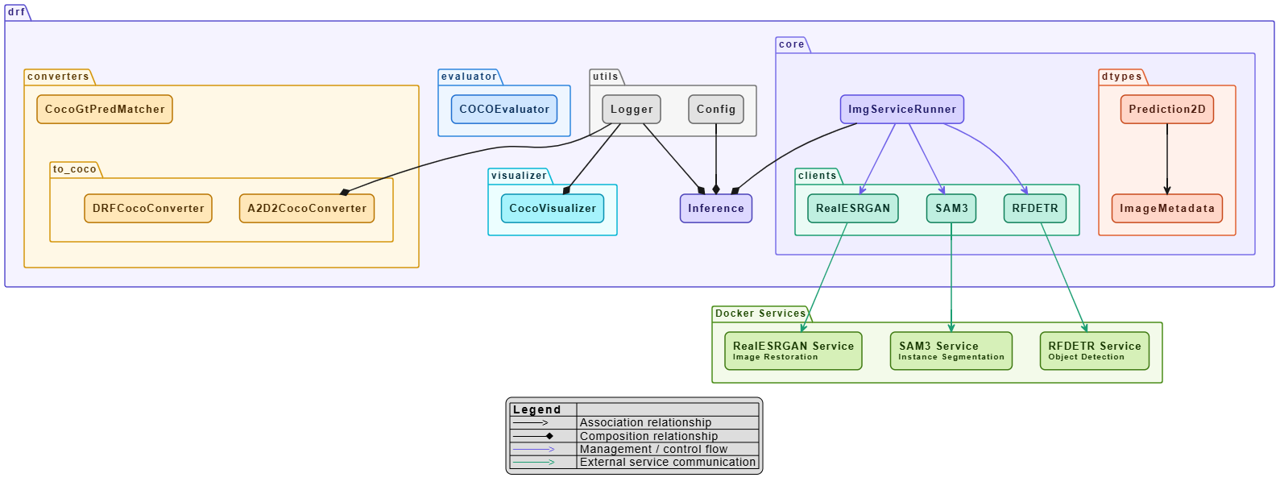
Earlier version of the PlantUML export docs/architecture.png (benkobotika/det-2d-refiner). Its source is kept beside it as docs/architecture.plantuml. The source it was exported from:
```plantuml
@startuml drf_architecture
hide stereotype

skinparam defaultFontSize 12
skinparam ArrowThickness 1.5

skinparam package {
  BackgroundColor transparent
  BorderThickness 1.5
  FontStyle bold
  FontSize 12
}
skinparam rectangle {
  RoundCorner 12
  BorderThickness 1.5
  FontStyle bold
  FontSize 13
}

skinparam package<<drf>> {
  BackgroundColor #F5F3FF
  BorderColor #5A4FCF
  FontColor #2D1F7A
}
skinparam package<<converters>> {
  BackgroundColor #FFF8E6
  BorderColor #D4950A
  FontColor #5A3800
}
skinparam package<<core>> {
  BackgroundColor #F0EEFF
  BorderColor #7A6FE8
  FontColor #2D1F7A
}
skinparam package<<dtypes>> {
  BackgroundColor #FFF1EB
  BorderColor #E06030
  FontColor #5C2010
}
skinparam package<<clients>> {
  BackgroundColor #EAFBF5
  BorderColor #1B9E72
  FontColor #0A3D2B
}
skinparam package<<evaluator>> {
  BackgroundColor #EEF6FF
  BorderColor #2E86DE
  FontColor #0C3B6E
}
skinparam package<<visualizer>> {
  BackgroundColor #ECFEFF
  BorderColor #06B6D4
  FontColor #083344
}
skinparam package<<utils>> {
  BackgroundColor #F6F6F6
  BorderColor #777777
  FontColor #333333
}
skinparam package<<services>> {
  BackgroundColor #F3FAEA
  BorderColor #4A8C18
  FontColor #1E4A00
}

skinparam rectangle<<drf>> {
  BackgroundColor #DDD8FF
  BorderColor #4B42B8
  FontColor #1E145E
}
skinparam rectangle<<converters>> {
  BackgroundColor #FFE7B8
  BorderColor #B87400
  FontColor #4A2C00
}
skinparam rectangle<<core>> {
  BackgroundColor #D8D3FF
  BorderColor #5B4DE0
  FontColor #1F1A66
}
skinparam rectangle<<dtypes>> {
  BackgroundColor #FFD6C8
  BorderColor #C84A1C
  FontColor #4A1A0C
}
skinparam rectangle<<clients>> {
  BackgroundColor #BFEFE0
  BorderColor #0F7F5A
  FontColor #063326
}
skinparam rectangle<<evaluator>> {
  BackgroundColor #CFE6FF
  BorderColor #1F6FD1
  FontColor #0A2F5A
}
skinparam rectangle<<visualizer>> {
  BackgroundColor #A5F3FC
  BorderColor #0891B2
  FontColor #052F2E
}
skinparam rectangle<<utils>> {
  BackgroundColor #E2E2E2
  BorderColor #666666
  FontColor #222222
}
skinparam rectangle<<services>> {
  BackgroundColor #D6F0B8
  BorderColor #3F7A12
  FontColor #173800
}

package "drf" <<drf>> {
  rectangle "Inference" <<drf>> as Inference

  package "converters" <<converters>> {
    package "to_coco" <<converters>> {
      rectangle "A2D2CocoConverter" <<converters>> as A2D2CocoConverter
      rectangle "DRFCocoConverter" <<converters>> as DRFCocoConverter
    }
    rectangle "CocoGtPredMatcher" <<converters>> as CocoGtPredMatcher
  }

  package "core" <<core>> {
    rectangle "ImgServiceRunner" <<core>> as ImgServiceRunner
    package "clients" <<clients>> {
      rectangle "RFDETR" <<clients>> as RFDETR
      rectangle "SAM3" <<clients>> as SAM3
      rectangle "RealESRGAN" <<clients>> as RealESRGAN
    }
    package "dtypes" <<dtypes>> {
      rectangle "Prediction2D" <<dtypes>> as Prediction2D
      rectangle "ImageMetadata" <<dtypes>> as ImageMetadata
    }
  }

  package "evaluator" <<evaluator>> {
    rectangle "COCOEvaluator" <<evaluator>> as COCOEvaluator
  }

  package "visualizer" <<visualizer>> {
    rectangle "CocoVisualizer" <<visualizer>> as CocoVisualizer
  }

  package "utils" <<utils>> {
    rectangle "Logger" <<utils>> as Logger
    rectangle "Config" <<utils>> as Config
  }
}

package "Docker Services" <<services>> {
  rectangle "RFDETR Service\n<size:10>Object Detection</size>" <<services>> as RFDETRService
  rectangle "SAM3 Service\n<size:10>Instance Segmentation</size>" <<services>> as SAM3Service
  rectangle "RealESRGAN Service\n<size:10>Image Restoration</size>" <<services>> as ESRGANService
}

Logger -[hidden]right- Config
CocoVisualizer -[hidden]up- COCOEvaluator
to_coco -[hidden]up- CocoGtPredMatcher

Logger --* Inference
Logger --* A2D2CocoConverter
Logger --* CocoVisualizer
Config --* Inference
ImgServiceRunner --* Inference

Prediction2D --> ImageMetadata

ImgServiceRunner -[#6B5CE7]-> RFDETR
ImgServiceRunner -[#6B5CE7]-> SAM3
ImgServiceRunner -[#6B5CE7]-> RealESRGAN

RFDETR -[#1B9E72]-> RFDETRService
SAM3 -[#1B9E72]-> SAM3Service
RealESRGAN -[#1B9E72]-> ESRGANService

legend bottom
  | <b>Legend</b>     | |
  | <color:#000000>────></color> | Association relationship |
  | <color:#000000>─────◆</color> | Composition relationship |
  | <color:#6B5CE7>─────></color> | Management / control flow |
  | <color:#1B9E72>─────></color> | External service communication |
endlegend

@enduml
```
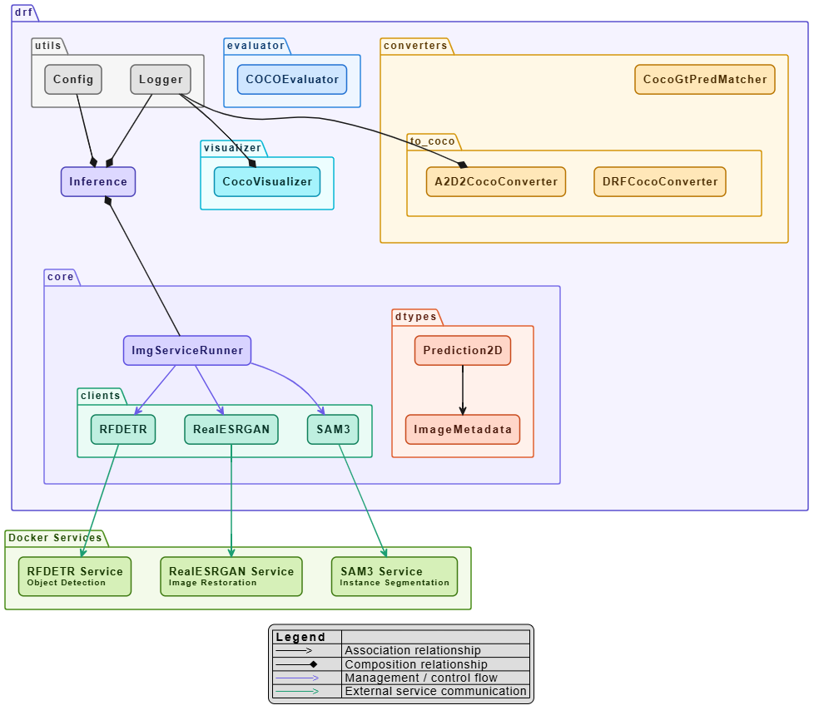
After the commit.

Commit message:
architecture diagram improved

The edit, as a diff of the source:
```diff
@@ -153,8 +153,9 @@
   rectangle "RealESRGAN Service\n<size:10>Image Restoration</size>" <<services>> as ESRGANService
 }
 
-Logger -[hidden]right- Config
 CocoVisualizer -[hidden]up- COCOEvaluator
+Inference -[hidden]down- core
+COCOEvaluator -[hidden]right- DRFCocoConverter
 to_coco -[hidden]up- CocoGtPredMatcher
 
 Logger --* Inference
```
